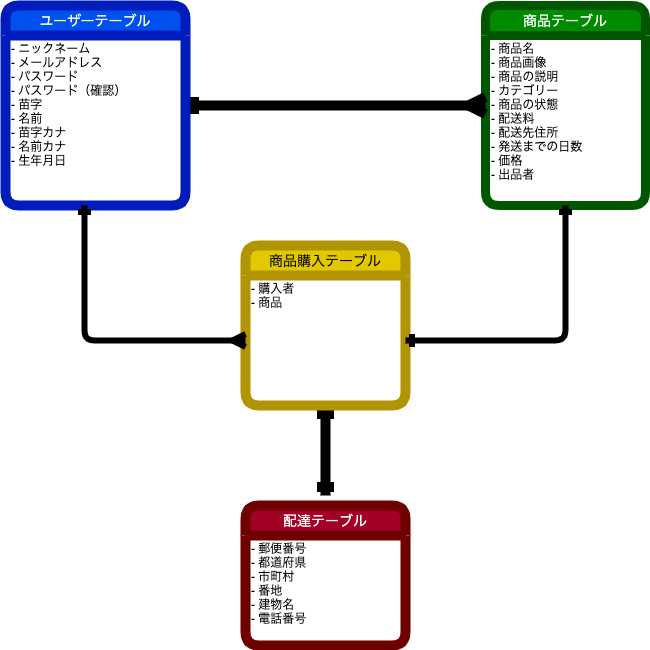
Above: table2.png in mozu888/furima-37230 (draw.io), before the change. Source tidied: cells renumbered, new cells last; positions are measured from the earlier drawing's top-left corner, leaving out a move shared by most shapes.
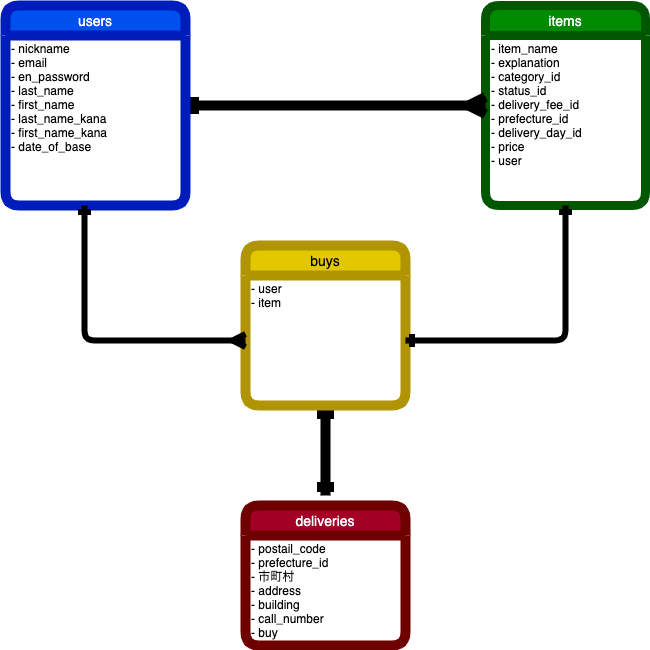
After the change.

Change to the diagram source:
```diff
@@ -2,10 +2,10 @@
   <root>
     <mxCell id="0" />
     <mxCell id="1" parent="0" />
-    <mxCell id="2" value="商品テーブル" style="swimlane;horizontal=1;startSize=30;rounded=1;fontSize=14;fontStyle=0;strokeWidth=9;shadow=0;dashed=0;align=center;fillColor=#008a00;strokeColor=#005700;fontColor=#ffffff;" parent="1" vertex="1">
+    <mxCell id="2" value="items" style="swimlane;horizontal=1;startSize=30;rounded=1;fontSize=14;fontStyle=0;strokeWidth=9;shadow=0;dashed=0;align=center;fillColor=#008a00;strokeColor=#005700;fontColor=#ffffff;" parent="1" vertex="1">
       <mxGeometry x="480" width="160" height="200" as="geometry" />
     </mxCell>
-    <mxCell id="3" value="- 商品名&#10;- 商品画像&#10;- 商品の説明&#10;- カテゴリー&#10;- 商品の状態&#10;- 配送料&#10;- 配送先住所&#10;- 発送までの日数&#10;- 価格&#10;- 出品者" style="align=left;strokeColor=none;fillColor=none;spacingLeft=4;fontSize=12;verticalAlign=top;" parent="2" vertex="1">
+    <mxCell id="3" value="- item_name&#10;- explanation&#10;- category_id&#10;- status_id&#10;- delivery_fee_id&#10;- prefecture_id&#10;- delivery_day_id&#10;- price&#10;- user" style="align=left;strokeColor=none;fillColor=none;spacingLeft=4;fontSize=12;verticalAlign=top;" parent="2" vertex="1">
       <mxGeometry y="30" width="160" height="170" as="geometry" />
     </mxCell>
     <mxCell id="4" style="edgeStyle=none;html=1;entryX=0;entryY=0.393;entryDx=0;entryDy=0;entryPerimeter=0;strokeWidth=4;strokeColor=none;startArrow=ERmandOne;startFill=0;" parent="1" edge="1" source="6" target="3">
@@ -19,10 +19,10 @@
         </Array>
       </mxGeometry>
     </mxCell>
-    <mxCell id="6" value="ユーザーテーブル" style="swimlane;horizontal=1;startSize=30;rounded=1;fontSize=14;fontStyle=0;strokeWidth=10;shadow=0;dashed=0;align=center;fillColor=#0050ef;strokeColor=#001DBC;fontColor=#ffffff;" parent="1" vertex="1">
+    <mxCell id="6" value="users" style="swimlane;horizontal=1;startSize=30;rounded=1;fontSize=14;fontStyle=0;strokeWidth=10;shadow=0;dashed=0;align=center;fillColor=#0050ef;strokeColor=#001DBC;fontColor=#ffffff;" parent="1" vertex="1">
       <mxGeometry width="180" height="200" as="geometry" />
     </mxCell>
-    <mxCell id="7" value="- ニックネーム&#10;- メールアドレス&#10;- パスワード&#10;- パスワード（確認）&#10;- 苗字&#10;- 名前&#10;- 苗字カナ&#10;- 名前カナ&#10;- 生年月日" style="align=left;strokeColor=none;fillColor=none;spacingLeft=4;fontSize=12;verticalAlign=top;" parent="6" vertex="1">
+    <mxCell id="7" value="- nickname&#10;- email&#10;- en_password&#10;- last_name&#10;- first_name&#10;- last_name_kana&#10;- first_name_kana&#10;- date_of_base" style="align=left;strokeColor=none;fillColor=none;spacingLeft=4;fontSize=12;verticalAlign=top;" parent="6" vertex="1">
       <mxGeometry y="30" width="180" height="170" as="geometry" />
     </mxCell>
     <mxCell id="8" style="edgeStyle=orthogonalEdgeStyle;rounded=0;jumpSize=6;html=1;startArrow=ERone;startFill=0;endArrow=ERone;endFill=0;endSize=6;targetPerimeterSpacing=0;strokeWidth=10;" parent="1" edge="1" source="9">
@@ -30,10 +30,10 @@
         <mxPoint x="320" y="490" as="targetPoint" />
       </mxGeometry>
     </mxCell>
-    <mxCell id="9" value="商品購入テーブル" style="swimlane;horizontal=1;startSize=30;rounded=1;fontSize=14;fontStyle=0;strokeWidth=10;shadow=0;dashed=0;align=center;fillColor=#e3c800;strokeColor=#B09500;fontColor=#000000;" parent="1" vertex="1">
+    <mxCell id="9" value="buys" style="swimlane;horizontal=1;startSize=30;rounded=1;fontSize=14;fontStyle=0;strokeWidth=10;shadow=0;dashed=0;align=center;fillColor=#e3c800;strokeColor=#B09500;fontColor=#000000;" parent="1" vertex="1">
       <mxGeometry x="240" y="240" width="160" height="160" as="geometry" />
     </mxCell>
-    <mxCell id="10" value="- 購入者&#10;- 商品" style="align=left;strokeColor=none;fillColor=none;spacingLeft=4;fontSize=12;verticalAlign=top;" parent="9" vertex="1">
+    <mxCell id="10" value="- user&#10;- item" style="align=left;strokeColor=none;fillColor=none;spacingLeft=4;fontSize=12;verticalAlign=top;" parent="9" vertex="1">
       <mxGeometry y="30" width="160" height="130" as="geometry" />
     </mxCell>
     <mxCell id="11" style="edgeStyle=orthogonalEdgeStyle;rounded=1;jumpSize=6;html=1;exitX=0.439;exitY=1;exitDx=0;exitDy=0;startArrow=ERone;startFill=0;endArrow=ERmany;endFill=0;endSize=6;targetPerimeterSpacing=0;strokeWidth=6;entryX=0;entryY=0.5;entryDx=0;entryDy=0;exitPerimeter=0;" parent="1" edge="1" source="7" target="10">
@@ -46,10 +46,10 @@
         </Array>
       </mxGeometry>
     </mxCell>
-    <mxCell id="13" value="配達テーブル" style="swimlane;horizontal=1;startSize=30;rounded=1;fontSize=14;fontStyle=0;strokeWidth=10;shadow=0;dashed=0;align=center;fillColor=#a20025;strokeColor=#6F0000;fontColor=#ffffff;" parent="1" vertex="1">
+    <mxCell id="13" value="deliveries" style="swimlane;horizontal=1;startSize=30;rounded=1;fontSize=14;fontStyle=0;strokeWidth=10;shadow=0;dashed=0;align=center;fillColor=#a20025;strokeColor=#6F0000;fontColor=#ffffff;" parent="1" vertex="1">
       <mxGeometry x="240" y="500" width="160" height="140" as="geometry" />
     </mxCell>
-    <mxCell id="14" value="- 郵便番号&#10;- 都道府県&#10;- 市町村&#10;- 番地&#10;- 建物名&#10;- 電話番号" style="align=left;strokeColor=none;fillColor=none;spacingLeft=4;fontSize=12;verticalAlign=top;" parent="13" vertex="1">
+    <mxCell id="14" value="- postail_code&#10;- prefecture_id&#10;- 市町村&#10;- address&#10;- building&#10;- call_number&#10;- buy" style="align=left;strokeColor=none;fillColor=none;spacingLeft=4;fontSize=12;verticalAlign=top;" parent="13" vertex="1">
       <mxGeometry y="30" width="160" height="110" as="geometry" />
     </mxCell>
   </root>
```
